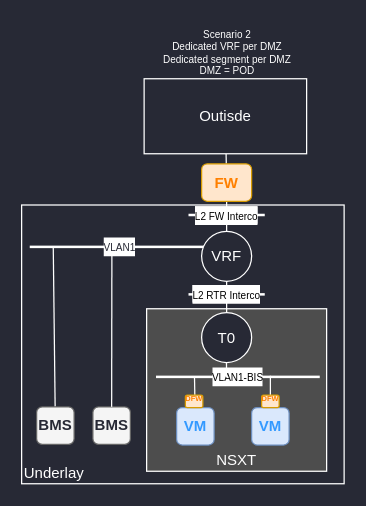
netmemo/netmemo.github.io keeps this draw.io diagram as page "Scenario2" (6 of 8) of post/nsxt-service-interface-design1/nsxt-service-interface-design-v3.drawio. Above is the earlier version. Source tidied: cells renumbered, new cells numbered last; positions are measured from the earlier drawing's top-left corner, leaving out a move shared by most shapes. Both pictures are drawn from the tidied source at 125%, with x=0, y=0 at pixel (21, 20).
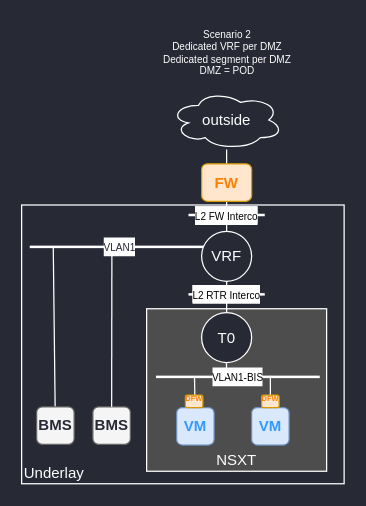
The same diagram, later.

Commit message (it also covers changes not shown here):
change outside box to a cloud :)

Unchanged cells that the change refers to:
```xml
<mxCell id="24" value="&lt;b&gt;&lt;font color=&quot;#ff8000&quot;&gt;FW&lt;/font&gt;&lt;/b&gt;" style="rounded=1;whiteSpace=wrap;html=1;fillColor=#ffe6cc;strokeColor=#d79b00;" parent="1" vertex="1">
  <mxGeometry x="143.8" y="114.5" width="40" height="30" as="geometry" />
</mxCell>
```

Change to the diagram source:
```diff
@@
-    <mxCell id="9" style="edgeStyle=none;rounded=0;jettySize=auto;html=1;endArrow=none;endFill=0;strokeColor=#FFFFFF;" parent="1" edge="1" source="10" target="24">
+    <mxCell id="9" style="edgeStyle=none;rounded=0;jettySize=auto;html=1;endArrow=none;endFill=0;strokeColor=#FFFFFF;" parent="1" edge="1" source="30" target="24">
       <mxGeometry relative="1" as="geometry" />
     </mxCell>
-    <mxCell id="10" value="Outisde" style="rounded=0;whiteSpace=wrap;html=1;fillColor=#272935;strokeColor=#FFFFFF;fontColor=#FFFFFF;" parent="1" vertex="1">
-      <mxGeometry x="97.8" y="46.5" width="130" height="60" as="geometry" />
-    </mxCell>
@@
+    <mxCell id="30" value="&lt;font color=&quot;#ffffff&quot;&gt;outside&lt;/font&gt;" style="ellipse;shape=cloud;whiteSpace=wrap;html=1;fillColor=#272935;strokeColor=#FFFFFF;" parent="1" vertex="1">
+      <mxGeometry x="118.8" y="56" width="90" height="47" as="geometry" />
+    </mxCell>
```
